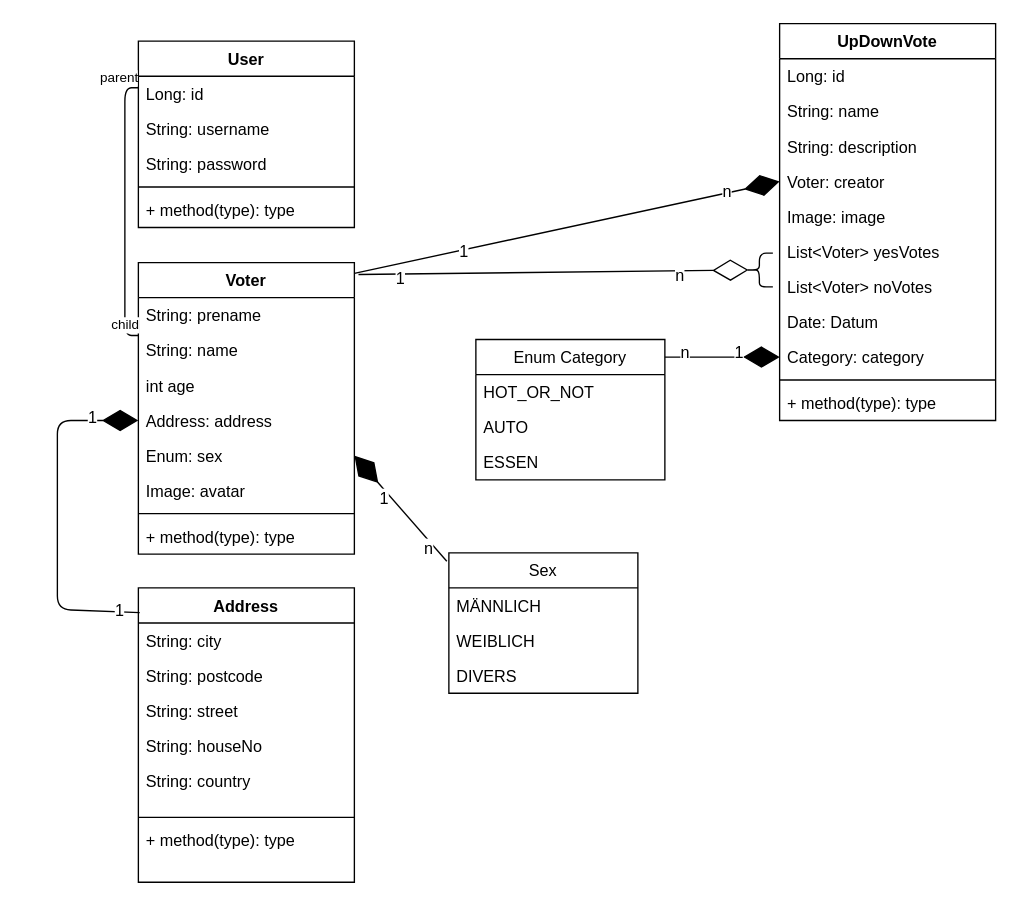
Earlier version of the draw.io diagram class-diagram.drawio (CodeWithFriendsKa/verteilte-systeme-vote-doku). Source tidied: cells renumbered, new cells numbered last; positions are measured from the earlier drawing's top-left corner, leaving out a move shared by most shapes. Both pictures are drawn from the tidied source at 135%, with x=0, y=0 at pixel (57, 23).
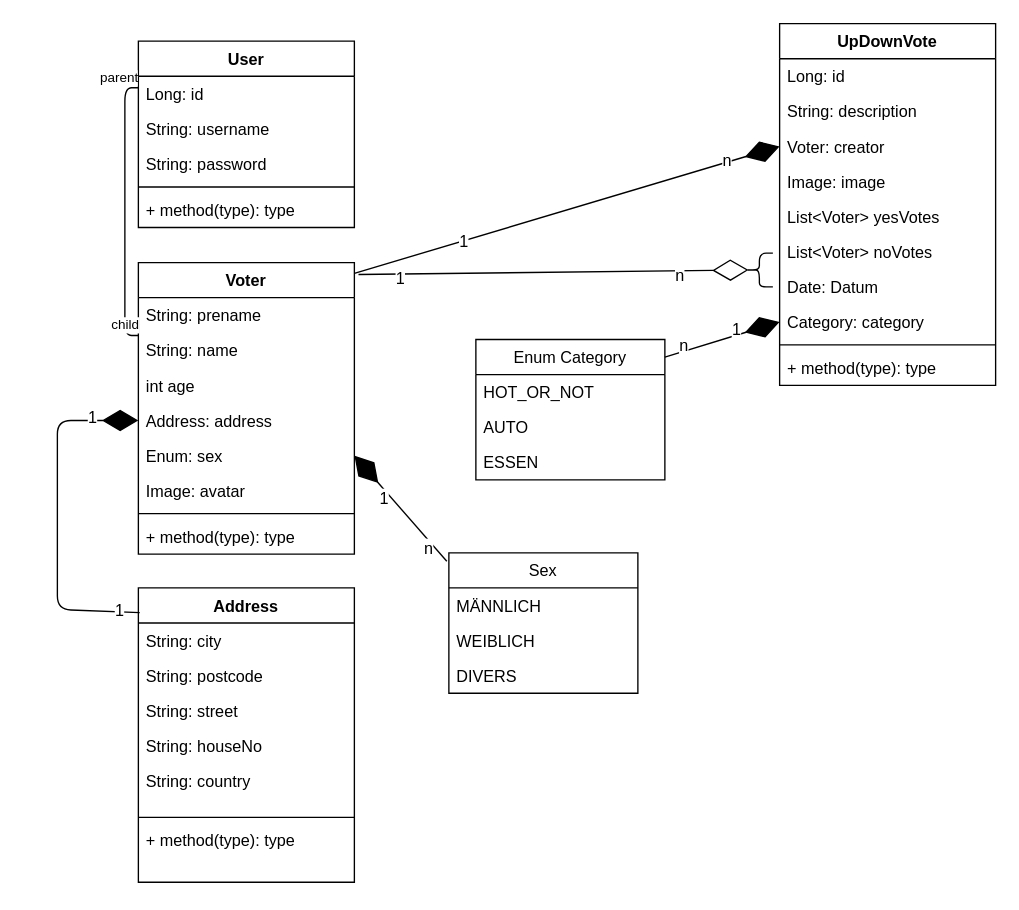
The same page after the edit.

Commit message:
Anpassung des UpDownVote Datenmodell in class-diagram.drawio

Diff of the diagram source:
```diff
@@
     <mxCell id="17" value="UpDownVote" style="swimlane;fontStyle=1;align=center;verticalAlign=top;horizontal=1;startSize=26;" parent="1" vertex="1">
-      <mxGeometry x="535" width="160" height="294" as="geometry" />
+      <mxGeometry x="535" width="160" height="268" as="geometry" />
     </mxCell>
@@
-    <mxCell id="19" value="String: name" style="text;strokeColor=none;fillColor=none;align=left;verticalAlign=top;spacingLeft=4;spacingRight=4;overflow=hidden;" parent="17" vertex="1">
-      <mxGeometry y="52" width="160" height="26" as="geometry" />
-    </mxCell>
     <mxCell id="20" value="String: description" style="text;strokeColor=none;fillColor=none;align=left;verticalAlign=top;spacingLeft=4;spacingRight=4;overflow=hidden;" parent="17" vertex="1">
-      <mxGeometry y="78" width="160" height="26" as="geometry" />
+      <mxGeometry y="52" width="160" height="26" as="geometry" />
     </mxCell>
     <mxCell id="21" value="Voter: creator" style="text;strokeColor=none;fillColor=none;align=left;verticalAlign=top;spacingLeft=4;spacingRight=4;overflow=hidden;points=[[0,0.5],[1,0.5]];portConstraint=eastwest;" parent="17" vertex="1">
-      <mxGeometry y="104" width="160" height="26" as="geometry" />
+      <mxGeometry y="78" width="160" height="26" as="geometry" />
     </mxCell>
     <mxCell id="22" value="Image: image" style="text;strokeColor=none;fillColor=none;align=left;verticalAlign=top;spacingLeft=4;spacingRight=4;overflow=hidden;" parent="17" vertex="1">
-      <mxGeometry y="130" width="160" height="26" as="geometry" />
+      <mxGeometry y="104" width="160" height="26" as="geometry" />
     </mxCell>
     <mxCell id="23" value="List&lt;Voter&gt; yesVotes" style="text;strokeColor=none;fillColor=none;align=left;verticalAlign=top;spacingLeft=4;spacingRight=4;overflow=hidden;" parent="17" vertex="1">
-      <mxGeometry y="156" width="160" height="26" as="geometry" />
+      <mxGeometry y="130" width="160" height="26" as="geometry" />
     </mxCell>
     <mxCell id="24" value="List&lt;Voter&gt; noVotes" style="text;strokeColor=none;fillColor=none;align=left;verticalAlign=top;spacingLeft=4;spacingRight=4;overflow=hidden;" parent="17" vertex="1">
-      <mxGeometry y="182" width="160" height="26" as="geometry" />
+      <mxGeometry y="156" width="160" height="26" as="geometry" />
     </mxCell>
     <mxCell id="25" value="Date: Datum" style="text;strokeColor=none;fillColor=none;align=left;verticalAlign=top;spacingLeft=4;spacingRight=4;overflow=hidden;" parent="17" vertex="1">
-      <mxGeometry y="208" width="160" height="26" as="geometry" />
+      <mxGeometry y="182" width="160" height="26" as="geometry" />
     </mxCell>
     <mxCell id="26" value="Category: category" style="text;strokeColor=none;fillColor=none;align=left;verticalAlign=top;spacingLeft=4;spacingRight=4;overflow=hidden;points=[[0,0.5],[1,0.5]];portConstraint=eastwest;" parent="17" vertex="1">
-      <mxGeometry y="234" width="160" height="26" as="geometry" />
+      <mxGeometry y="208" width="160" height="26" as="geometry" />
     </mxCell>
     <mxCell id="27" style="line;strokeWidth=1;fillColor=none;align=left;verticalAlign=middle;spacingTop=-1;spacingLeft=3;spacingRight=3;labelPosition=right;" parent="17" vertex="1">
-      <mxGeometry y="260" width="160" height="8" as="geometry" />
+      <mxGeometry y="234" width="160" height="8" as="geometry" />
     </mxCell>
     <mxCell id="28" value="+ method(type): type" style="text;strokeColor=none;fillColor=none;align=left;verticalAlign=top;spacingLeft=4;spacingRight=4;overflow=hidden;" parent="17" vertex="1">
-      <mxGeometry y="268" width="160" height="26" as="geometry" />
+      <mxGeometry y="242" width="160" height="26" as="geometry" />
     </mxCell>
```
